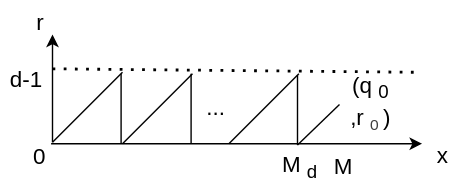
This is images/range-x-r.drawio.svg from herumi/blog, a draw.io export, as it was before one commit. Source tidied: cells renumbered, new cells last; positions are measured from the earlier drawing's top-left corner, leaving out a move shared by most shapes.
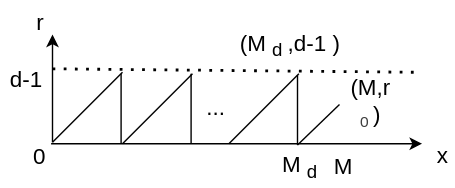
The same diagram one commit later.

What changed in the source:
```diff
@@ -79,11 +79,14 @@
         <mxPoint x="242" y="74" as="targetPoint" />
       </mxGeometry>
     </mxCell>
-    <mxCell id="18" value="&lt;span style=&quot;font-size: 16px;&quot;&gt;(q&lt;sub&gt;0&lt;/sub&gt;,r&lt;/span&gt;&lt;span style=&quot;color: rgb(63, 63, 63); font-size: 13.3333px;&quot;&gt;&lt;sub&gt;0&lt;/sub&gt;&lt;/span&gt;&lt;span style=&quot;font-size: 16px;&quot;&gt;)&lt;/span&gt;" style="text;html=1;strokeColor=none;fillColor=none;align=center;verticalAlign=middle;whiteSpace=wrap;rounded=0;" parent="1" vertex="1">
+    <mxCell id="18" value="&lt;span style=&quot;font-size: 16px;&quot;&gt;(M,r&lt;/span&gt;&lt;span style=&quot;color: rgb(63, 63, 63); font-size: 13.3333px;&quot;&gt;&lt;sub&gt;0&lt;/sub&gt;&lt;/span&gt;&lt;span style=&quot;font-size: 16px;&quot;&gt;)&lt;/span&gt;" style="text;html=1;strokeColor=none;fillColor=none;align=center;verticalAlign=middle;whiteSpace=wrap;rounded=0;" parent="1" vertex="1">
       <mxGeometry x="245" y="58" width="39" height="30" as="geometry" />
     </mxCell>
     <mxCell id="19" value="&lt;span style=&quot;font-size: 16px;&quot;&gt;...&lt;/span&gt;" style="text;html=1;strokeColor=none;fillColor=none;align=center;verticalAlign=middle;whiteSpace=wrap;rounded=0;" parent="1" vertex="1">
       <mxGeometry x="145" y="61" width="18" height="30" as="geometry" />
     </mxCell>
+    <mxCell id="20" value="&lt;span style=&quot;font-size: 16px;&quot;&gt;(M&lt;sub&gt;d&lt;/sub&gt;,d-1&lt;/span&gt;&lt;span style=&quot;font-size: 16px;&quot;&gt;)&lt;/span&gt;" style="text;html=1;strokeColor=none;fillColor=none;align=center;verticalAlign=middle;whiteSpace=wrap;rounded=0;" parent="1" vertex="1">
+      <mxGeometry x="169" y="17" width="76" height="30" as="geometry" />
+    </mxCell>
   </root>
 </mxGraphModel>
```
